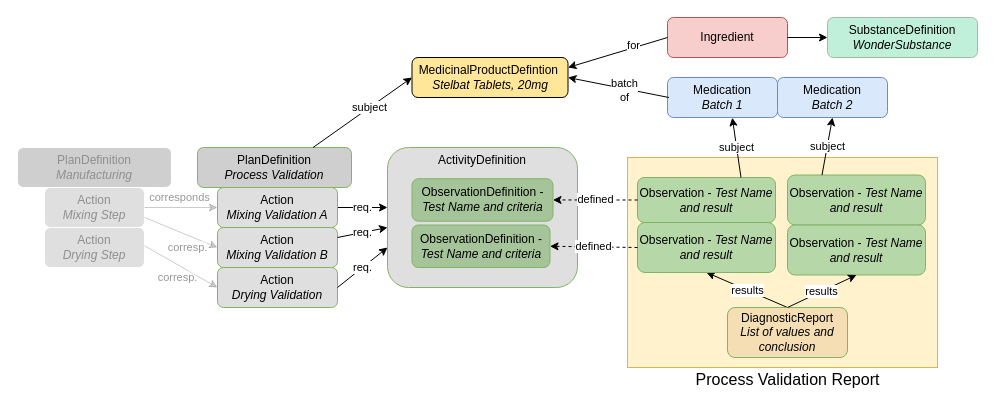
Earlier version of the draw.io diagram input/images-source/process_validation_FHIR_resources [2023-07-28 Rik].drawio (HL7/uv-dx-pq). Source tidied: cells renumbered, new cells numbered last; positions are measured from the earlier drawing's top-left corner, leaving out a move shared by most shapes. Both pictures are drawn from the tidied source at 100%, with x=0, y=0 at pixel (17, 17).
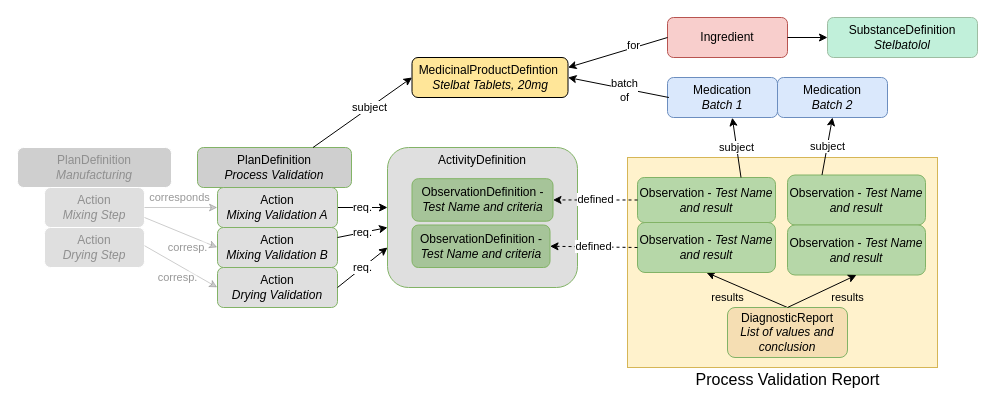
The same diagram, later.

The change refers to these unchanged cells:
```xml
<mxCell id="8" value="DiagnosticReport&lt;br&gt;&lt;i&gt;List of values and conclusion&lt;/i&gt;" style="rounded=1;whiteSpace=wrap;html=1;fontSize=12;glass=0;strokeWidth=1;shadow=0;fillColor=#F5DEB3;strokeColor=#82b366;" parent="1" vertex="1">
  <mxGeometry x="710" y="290" width="120" height="50" as="geometry" />
</mxCell>
<mxCell id="14" value="Observation - &lt;i&gt;Test Name and result&lt;/i&gt;" style="rounded=1;whiteSpace=wrap;html=1;fontSize=12;glass=0;strokeWidth=1;shadow=0;fillColor=#b6d7a8;strokeColor=#82b366;" parent="1" vertex="1">
  <mxGeometry x="620" y="205" width="138" height="50" as="geometry" />
</mxCell>
<mxCell id="23" value="Observation - &lt;i&gt;Test Name and result&lt;/i&gt;" style="rounded=1;whiteSpace=wrap;html=1;fontSize=12;glass=0;strokeWidth=1;shadow=0;fillColor=#b6d7a8;strokeColor=#82b366;" parent="1" vertex="1">
  <mxGeometry x="770" y="207.5" width="138" height="50" as="geometry" />
</mxCell>
```

What changed in the source:
```diff
@@
-    <mxCell id="4" value="results" style="endArrow=classic;html=1;rounded=0;exitX=0.5;exitY=0;exitDx=0;exitDy=0;entryX=0.5;entryY=1;entryDx=0;entryDy=0;" parent="1" edge="1" source="8" target="14">
-      <mxGeometry relative="1" as="geometry" />
+    <mxCell id="4" value="results" style="endArrow=classic;html=1;rounded=0;exitX=0.5;exitY=0;exitDx=0;exitDy=0;entryX=0.5;entryY=1;entryDx=0;entryDy=0;labelBackgroundColor=none;" parent="1" edge="1" source="8" target="14">
+      <mxGeometry x="0.34" y="15" relative="1" as="geometry" />
     </mxCell>
@@
-    <mxCell id="24" value="results" style="endArrow=classic;html=1;rounded=0;exitX=0.5;exitY=0;exitDx=0;exitDy=0;entryX=0.5;entryY=1;entryDx=0;entryDy=0;" parent="1" edge="1" source="8" target="23">
-      <mxGeometry relative="1" as="geometry" />
+    <mxCell id="24" value="results" style="endArrow=classic;html=1;rounded=0;exitX=0.5;exitY=0;exitDx=0;exitDy=0;entryX=0.5;entryY=1;entryDx=0;entryDy=0;labelBackgroundColor=none;" parent="1" edge="1" source="8" target="23">
+      <mxGeometry x="0.54" y="-17" relative="1" as="geometry">
+        <mxPoint x="-1" as="offset" />
+      </mxGeometry>
     </mxCell>
@@
-    <mxCell id="30" value="SubstanceDefinition&lt;br&gt;&lt;i&gt;WonderSubstance&lt;/i&gt;" style="rounded=1;whiteSpace=wrap;html=1;fontSize=12;glass=0;strokeWidth=1;shadow=0;fillColor=#c1f0da;strokeColor=#9ebda2;" parent="1" vertex="1">
+    <mxCell id="30" value="SubstanceDefinition&lt;br&gt;&lt;i&gt;Stelbatolol&lt;/i&gt;" style="rounded=1;whiteSpace=wrap;html=1;fontSize=12;glass=0;strokeWidth=1;shadow=0;fillColor=#c1f0da;strokeColor=#9ebda2;" parent="1" vertex="1">
       <mxGeometry x="810" width="150" height="40" as="geometry" />
     </mxCell>
```
